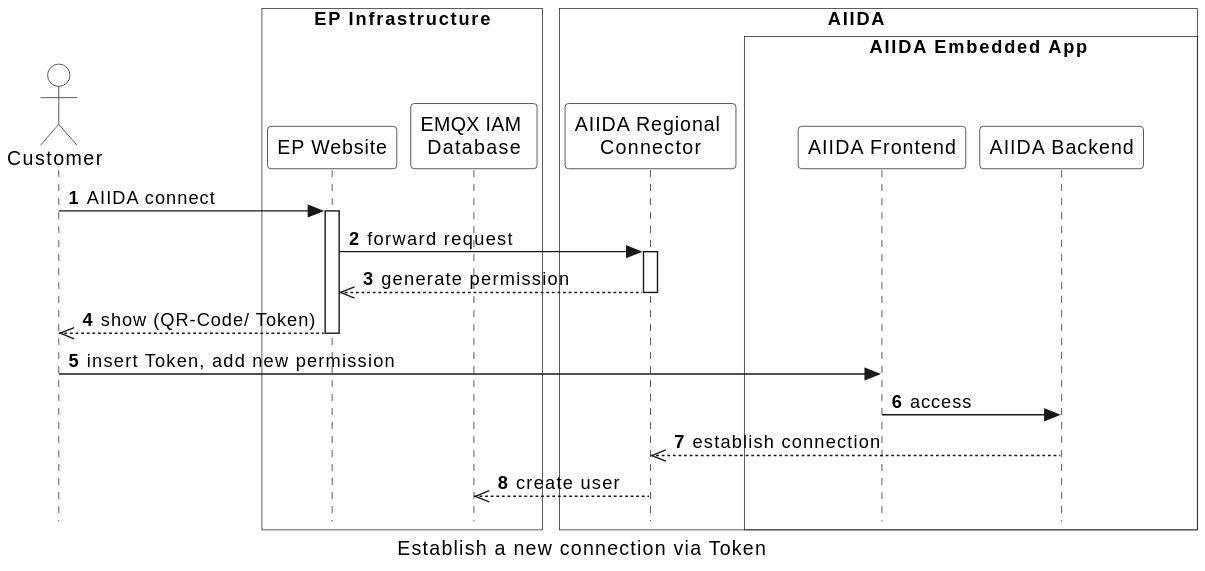
The PlantUML diagram arc42/aiida/runtime-view/figures/aiida_new_connection_token.svg in eddie-energy/architecture, before a commit.
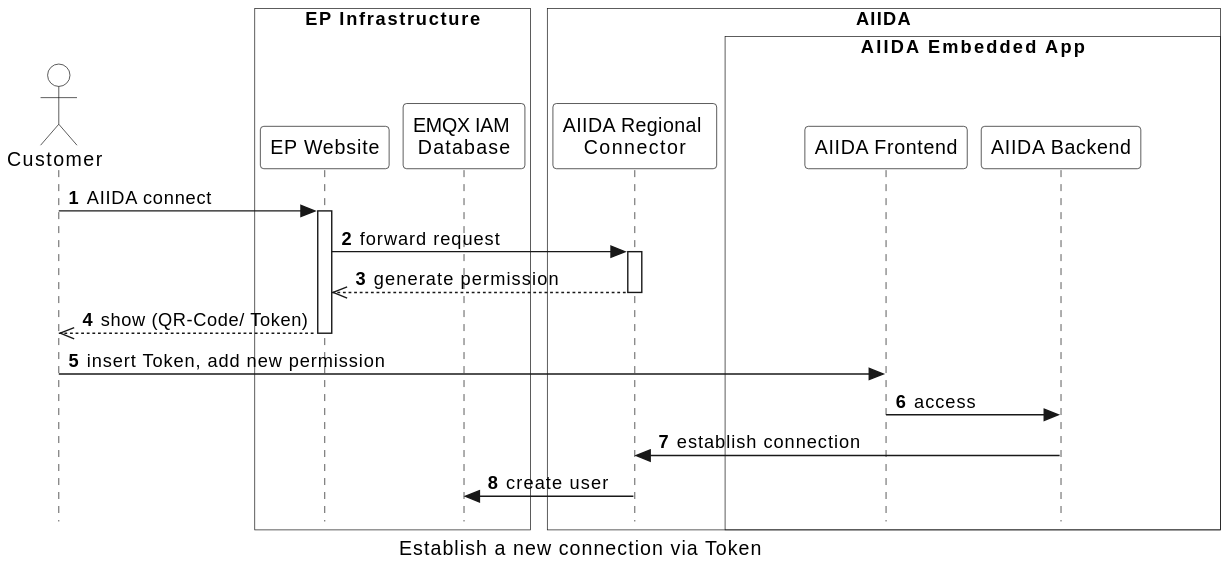
After the change.

Commit message:
minor updates in the AIIDA runtime

The edit, as a diff of the source:
```diff
@@ -38,7 +38,7 @@
 
       frontend -> backend : access
 
-    backend  -->> connector : establish connection
+    backend  -> connector : establish connection
 
-    connector -->> database : create user
+    connector -> database : create user
 @enduml
```
